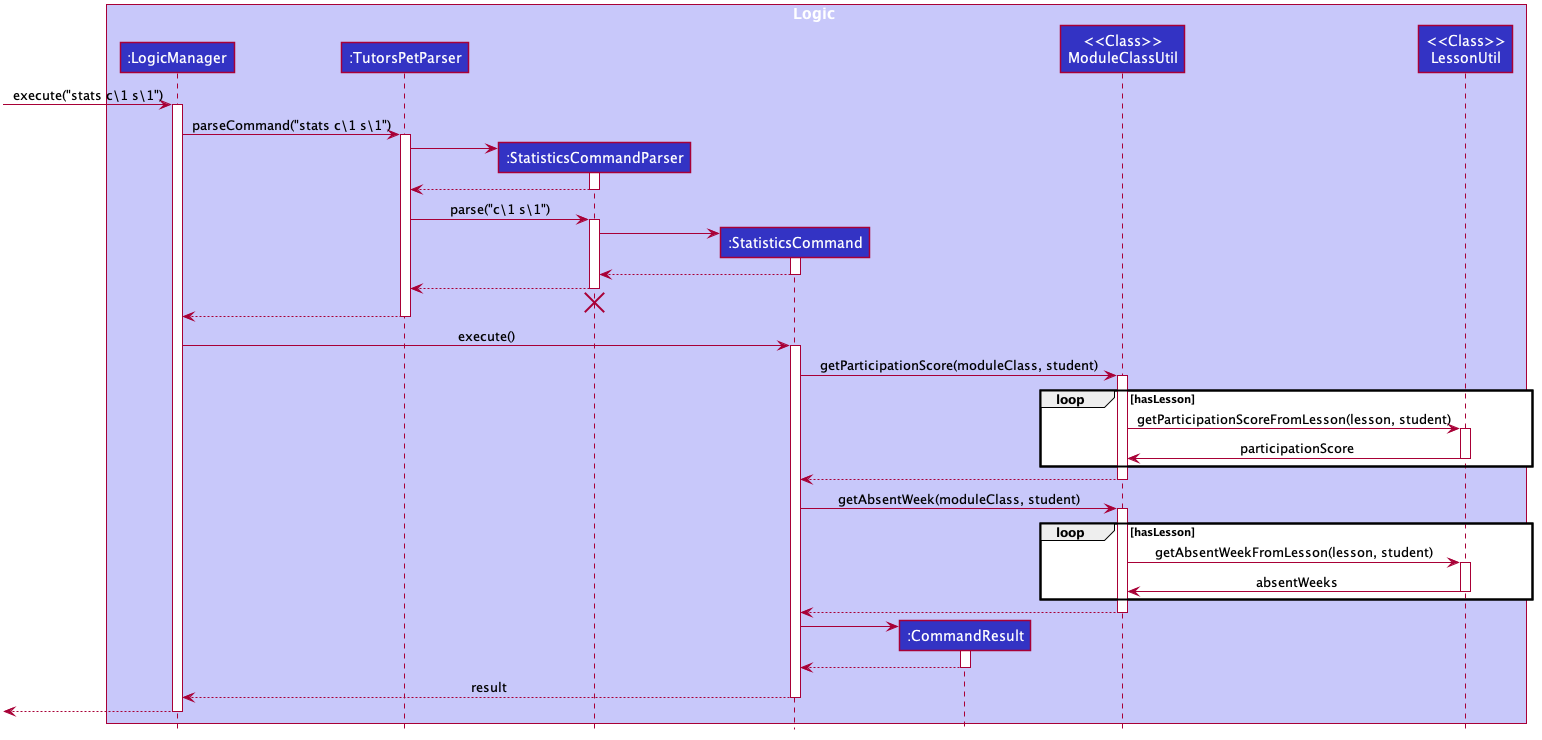
Above: docs/images/StatisticsSequenceDiagram.png in ypinhsuan/tp (PlantUML), before the change.
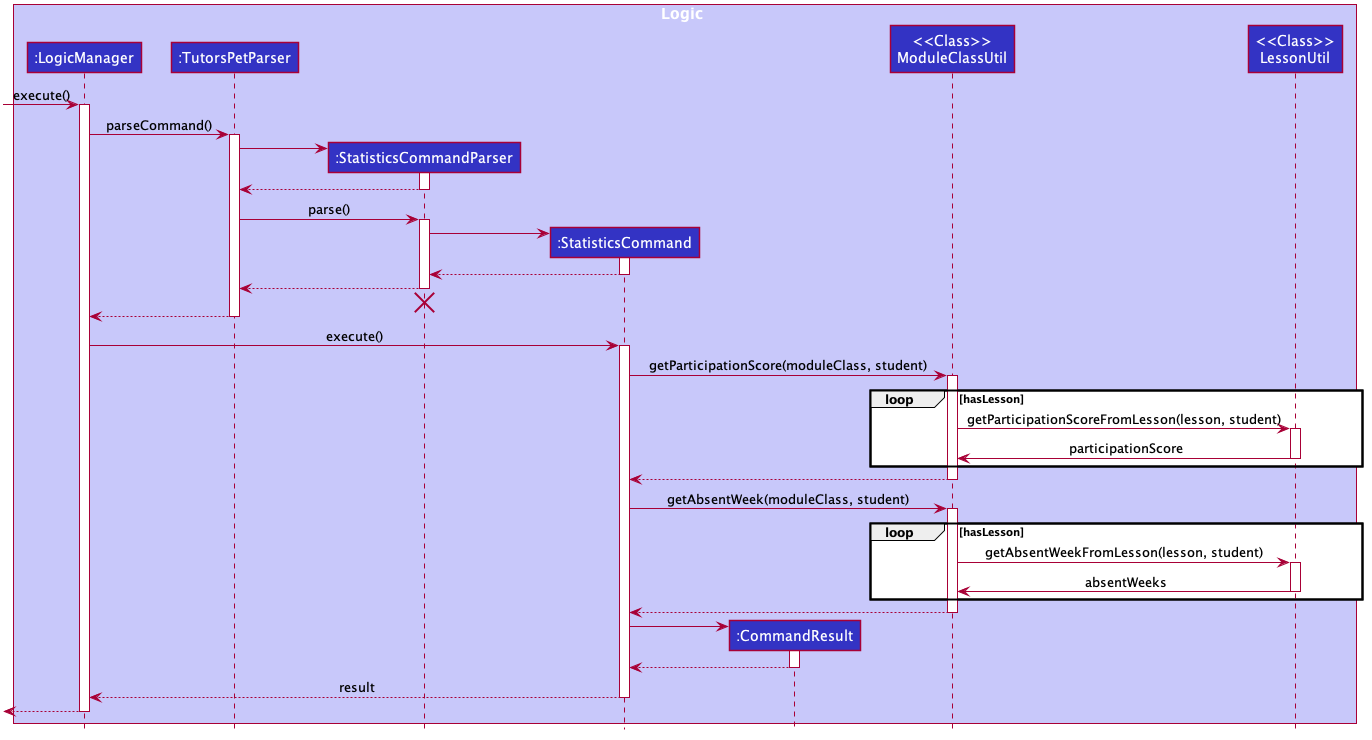
The same file after the commit.

Change to the diagram source:
```diff
@@ -58,10 +58,10 @@
 participant "<<Class>>\nLessonUtil" as LessonUtil #3333C4
 end box
 
-[-> LogicManager : execute("stats c\1 s\1")
+[-> LogicManager : execute()
 activate LogicManager
 
-LogicManager -> TutorsPetParser : parseCommand("stats c\1 s\1")
+LogicManager -> TutorsPetParser : parseCommand()
 activate TutorsPetParser
 
 create StatisticsCommandParser
@@ -71,7 +71,7 @@
 StatisticsCommandParser --> TutorsPetParser
 deactivate StatisticsCommandParser
 
-TutorsPetParser -> StatisticsCommandParser: parse("c\1 s\1")
+TutorsPetParser -> StatisticsCommandParser: parse()
 activate StatisticsCommandParser
 
 create StatisticsCommand
```
